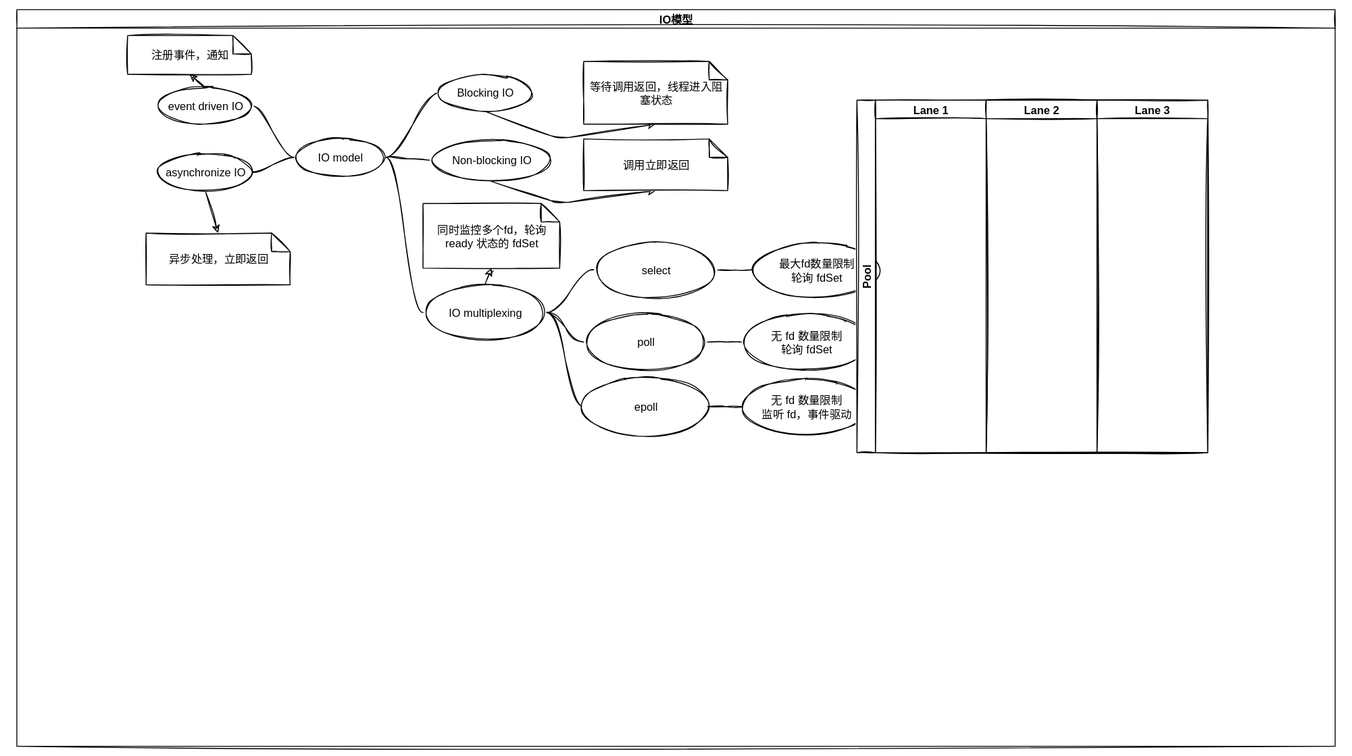
Before: Mindmap/IO模型导图.svg, a diagram exported from draw.io (justin4v/ZettelNotes). Source tidied: cells renumbered, new cells last; positions are measured from the earlier drawing's top-left corner, leaving out a move shared by most shapes.
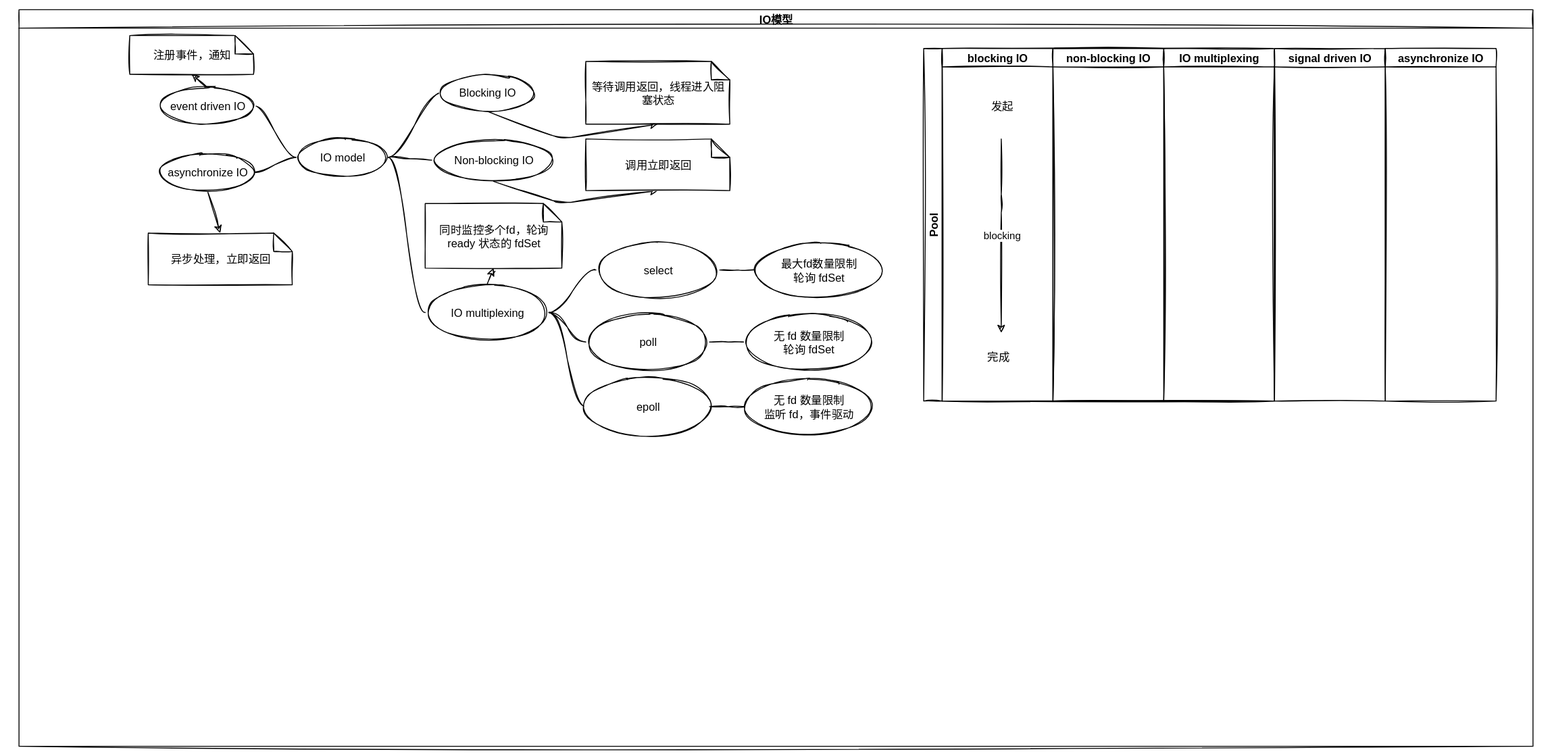
Above is the later version.

Diff of the diagram source:
```diff
@@ -3,7 +3,7 @@
     <mxCell id="0" />
     <mxCell id="1" parent="0" />
     <mxCell id="2" value="IO模型" style="swimlane;startSize=20;horizontal=1;containerType=tree;" parent="1" vertex="1">
-      <mxGeometry width="1428" height="798" as="geometry" />
+      <mxGeometry width="1640" height="798" as="geometry" />
     </mxCell>
     <mxCell id="3" value="IO model" style="ellipse;whiteSpace=wrap;html=1;align=center;newEdgeStyle={&quot;edgeStyle&quot;:&quot;entityRelationEdgeStyle&quot;,&quot;startArrow&quot;:&quot;none&quot;,&quot;endArrow&quot;:&quot;none&quot;,&quot;segment&quot;:10,&quot;curved&quot;:1};" parent="2" vertex="1">
       <mxGeometry x="300" y="140" width="100" height="40" as="geometry" />
@@ -112,17 +112,44 @@
     <mxCell id="35" value="无 fd 数量限制&lt;br&gt;监听 fd，事件驱动" style="ellipse;whiteSpace=wrap;html=1;align=center;newEdgeStyle={&quot;edgeStyle&quot;:&quot;entityRelationEdgeStyle&quot;,&quot;startArrow&quot;:&quot;none&quot;,&quot;endArrow&quot;:&quot;none&quot;,&quot;segment&quot;:10,&quot;curved&quot;:1};" parent="2" vertex="1">
       <mxGeometry x="788" y="400" width="134" height="60" as="geometry" />
     </mxCell>
-    <mxCell id="36" value="Pool" style="swimlane;startSize=20;horizontal=0;" parent="1" vertex="1">
-      <mxGeometry x="910" y="98" width="380" height="382" as="geometry" />
+    <mxCell id="36" value="Pool" style="swimlane;startSize=20;horizontal=0;" parent="2" vertex="1">
+      <mxGeometry x="980" y="42" width="380" height="382" as="geometry" />
     </mxCell>
-    <mxCell id="37" value="Lane 1" style="swimlane;startSize=20;" parent="36" vertex="1">
+    <mxCell id="37" value="blocking IO" style="swimlane;startSize=20;" parent="36" vertex="1">
       <mxGeometry x="20" width="120" height="382" as="geometry" />
     </mxCell>
+    <mxCell id="40" value="发起" style="text;html=1;align=center;verticalAlign=middle;fillColor=none;strokeColor=none;rounded=0;" parent="37" vertex="1">
+      <mxGeometry x="43" y="48" width="42" height="28" as="geometry" />
+    </mxCell>
+    <mxCell id="41" value="完成" style="text;html=1;align=center;verticalAlign=middle;fillColor=none;strokeColor=none;rounded=0;" parent="37" vertex="1">
+      <mxGeometry x="39" y="320" width="42" height="28" as="geometry" />
+    </mxCell>
-    <mxCell id="38" value="Lane 2" style="swimlane;startSize=20;" parent="36" vertex="1">
+    <mxCell id="38" value="non-blocking IO" style="swimlane;startSize=20;" parent="36" vertex="1">
       <mxGeometry x="140" width="120" height="382" as="geometry" />
     </mxCell>
-    <mxCell id="39" value="Lane 3" style="swimlane;startSize=20;" parent="36" vertex="1">
+    <mxCell id="39" value="IO multiplexing" style="swimlane;startSize=20;" parent="36" vertex="1">
       <mxGeometry x="260" width="120" height="382" as="geometry" />
     </mxCell>
+    <mxCell id="42" value="signal driven IO" style="swimlane;startSize=20;" parent="2" vertex="1">
+      <mxGeometry x="1360" y="42" width="120" height="382" as="geometry" />
+    </mxCell>
+    <mxCell id="43" style="edgeStyle=none;html=1;" parent="2" edge="1" source="42" target="44">
+      <mxGeometry relative="1" as="geometry" />
+    </mxCell>
+    <mxCell id="44" value="asynchronize IO" style="swimlane;startSize=20;" parent="2" vertex="1">
+      <mxGeometry x="1480" y="42" width="120" height="382" as="geometry" />
+    </mxCell>
+    <mxCell id="45" style="endArrow=classic;html=1;" parent="1" edge="1">
+      <mxGeometry relative="1" as="geometry">
+        <mxPoint x="1064" y="140" as="sourcePoint" />
+        <mxPoint x="1064" y="350" as="targetPoint" />
+        <Array as="points">
+          <mxPoint x="1064" y="210" />
+        </Array>
+      </mxGeometry>
+    </mxCell>
+    <mxCell id="46" value="blocking" style="edgeLabel;html=1;align=center;verticalAlign=middle;" parent="45" vertex="1">
+      <mxGeometry x="-0.01" relative="1" as="geometry" />
+    </mxCell>
   </root>
 </mxGraphModel>
```
